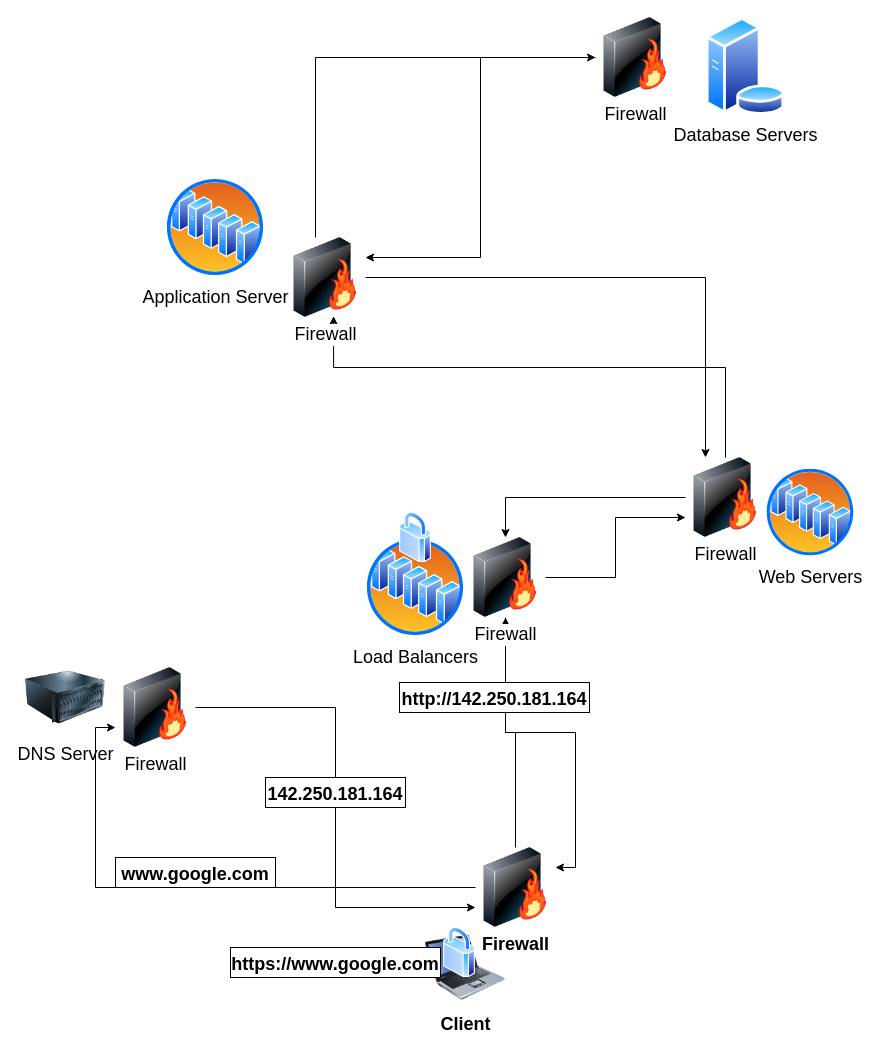
Earlier version of the draw.io diagram 0x11-what_happens_when_your_type_google_com_in_your_browser_and_press_enter/Untitled Diagram.drawio (getdaniel/alx-system_engineering-devops). Source tidied: cells renumbered, new cells numbered last; positions are measured from the earlier drawing's top-left corner, leaving out a move shared by most shapes. Both pictures are drawn from the tidied source at 100%, with x=0, y=0 at pixel (25, 17).
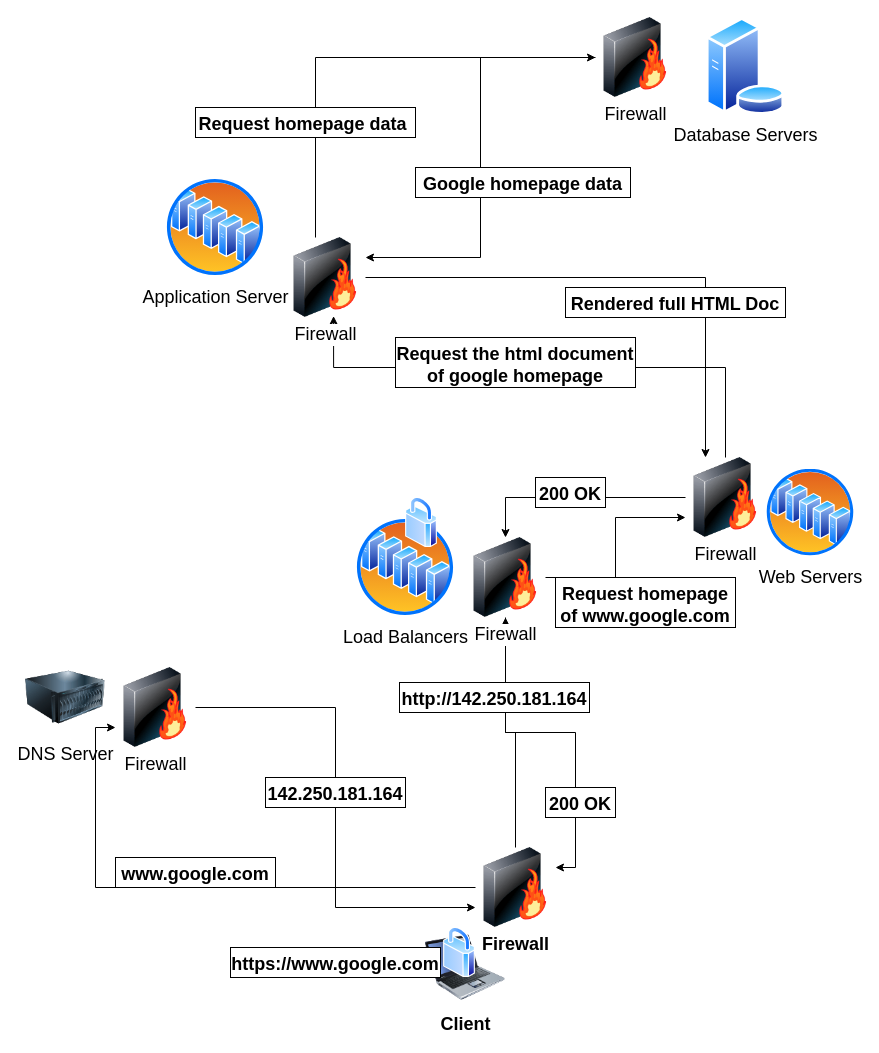
The same page after the edit.

Change to the diagram source:
```diff
@@
     <mxCell id="10" value="&lt;font style=&quot;font-size: 18px;&quot;&gt;Load Balancers&lt;/font&gt;" style="perimeter=ellipsePerimeter;html=1;align=center;shadow=0;dashed=0;spacingTop=3;image;image=img/lib/active_directory/server_farm.svg;" parent="1" vertex="1">
-      <mxGeometry x="340" y="520" width="100" height="100" as="geometry" />
+      <mxGeometry x="330" y="500" width="100" height="100" as="geometry" />
     </mxCell>
@@
     <mxCell id="24" style="perimeter=ellipsePerimeter;html=1;align=center;shadow=0;dashed=0;spacingTop=3;image;image=img/lib/active_directory/secure.svg;fontSize=18;" parent="1" vertex="1">
-      <mxGeometry x="374" y="495" width="32" height="50" as="geometry" />
+      <mxGeometry x="380" y="480" width="32" height="50" as="geometry" />
     </mxCell>
@@
+    <mxCell id="30" value="&lt;font style=&quot;font-size: 18px;&quot;&gt;&lt;b&gt;Request homepage of www.google.com&lt;/b&gt;&lt;/font&gt;" style="whiteSpace=wrap;html=1;verticalAlign=top;labelBackgroundColor=default;" parent="1" vertex="1">
+      <mxGeometry x="530" y="560" width="180" height="50" as="geometry" />
+    </mxCell>
+    <mxCell id="31" value="&lt;b&gt;&lt;font style=&quot;font-size: 18px;&quot;&gt;200 OK&lt;/font&gt;&lt;/b&gt;" style="whiteSpace=wrap;html=1;verticalAlign=top;labelBackgroundColor=default;" parent="1" vertex="1">
+      <mxGeometry x="520" y="770" width="70" height="30" as="geometry" />
+    </mxCell>
+    <mxCell id="32" value="&lt;b&gt;&lt;font style=&quot;font-size: 18px;&quot;&gt;200 OK&lt;/font&gt;&lt;/b&gt;" style="whiteSpace=wrap;html=1;verticalAlign=top;labelBackgroundColor=default;" parent="1" vertex="1">
+      <mxGeometry x="510" y="460" width="70" height="30" as="geometry" />
+    </mxCell>
+    <mxCell id="33" value="&lt;b&gt;&lt;font style=&quot;font-size: 18px;&quot;&gt;Request the html document of google homepage&lt;/font&gt;&lt;/b&gt;" style="whiteSpace=wrap;html=1;verticalAlign=top;labelBackgroundColor=default;" parent="1" vertex="1">
+      <mxGeometry x="370" y="320" width="240" height="50" as="geometry" />
+    </mxCell>
+    <mxCell id="34" value="&lt;b&gt;&lt;font style=&quot;font-size: 18px;&quot;&gt;Rendered full HTML Doc&lt;/font&gt;&lt;/b&gt;" style="whiteSpace=wrap;html=1;verticalAlign=top;labelBackgroundColor=default;" parent="1" vertex="1">
+      <mxGeometry x="540" y="270" width="220" height="30" as="geometry" />
+    </mxCell>
+    <mxCell id="35" value="&lt;b&gt;&lt;font style=&quot;font-size: 18px;&quot;&gt;Request homepage data&amp;nbsp;&lt;/font&gt;&lt;/b&gt;" style="whiteSpace=wrap;html=1;verticalAlign=top;labelBackgroundColor=default;" parent="1" vertex="1">
+      <mxGeometry x="170" y="90" width="220" height="30" as="geometry" />
+    </mxCell>
+    <mxCell id="36" value="&lt;b&gt;&lt;font style=&quot;font-size: 18px;&quot;&gt;Google homepage data&lt;/font&gt;&lt;/b&gt;" style="whiteSpace=wrap;html=1;verticalAlign=top;labelBackgroundColor=default;" parent="1" vertex="1">
+      <mxGeometry x="390" y="150" width="215" height="30" as="geometry" />
+    </mxCell>
```
